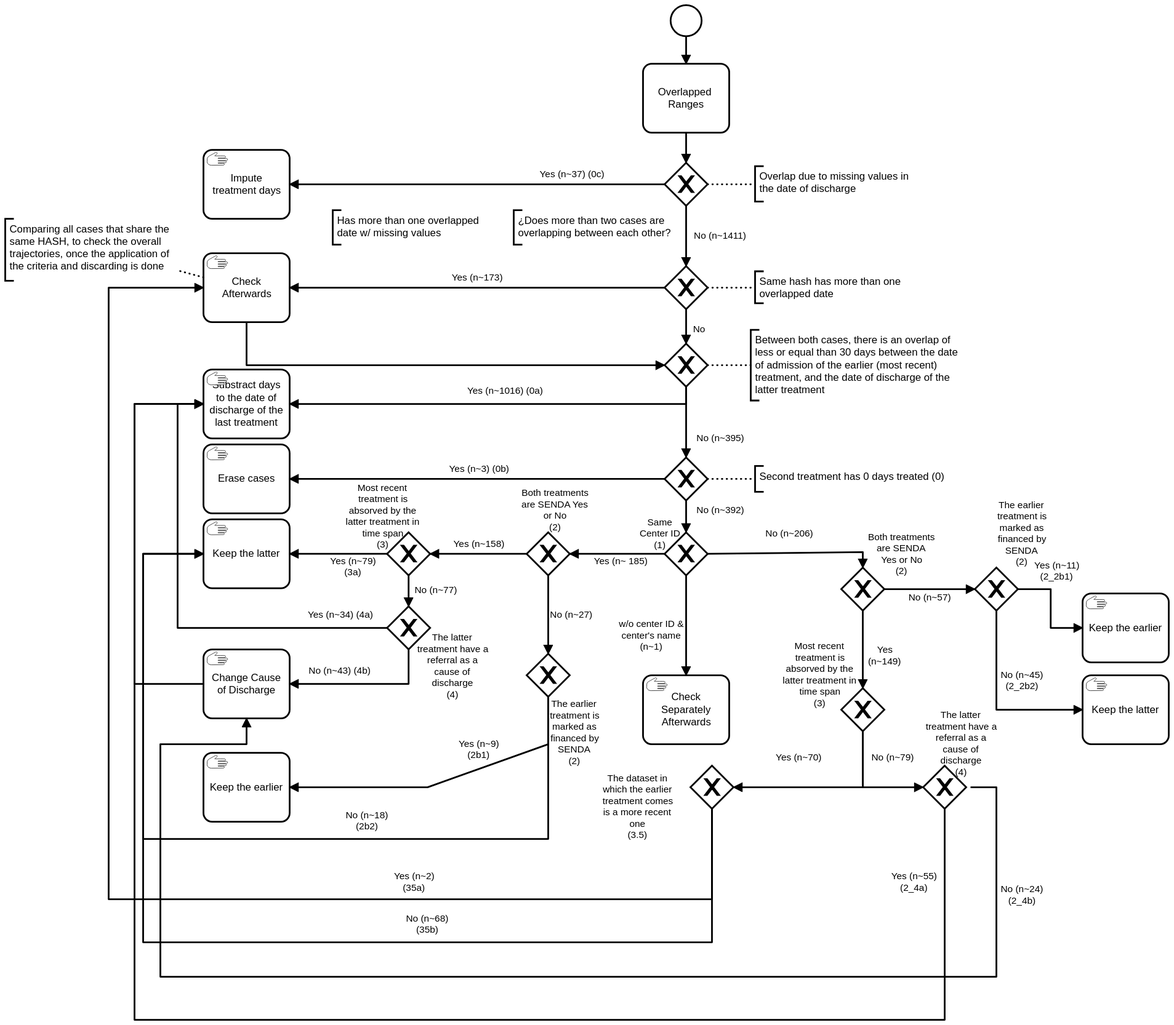
Above: Figures/overlapped_ranges_decision_tree.svg in FONDECYTACC/SUD_health_Chile.github.io (BPMN), before the change. Its source is kept beside it as Figures/overlapped_ranges_decision_tree.bpmn. Ids are renumbered.
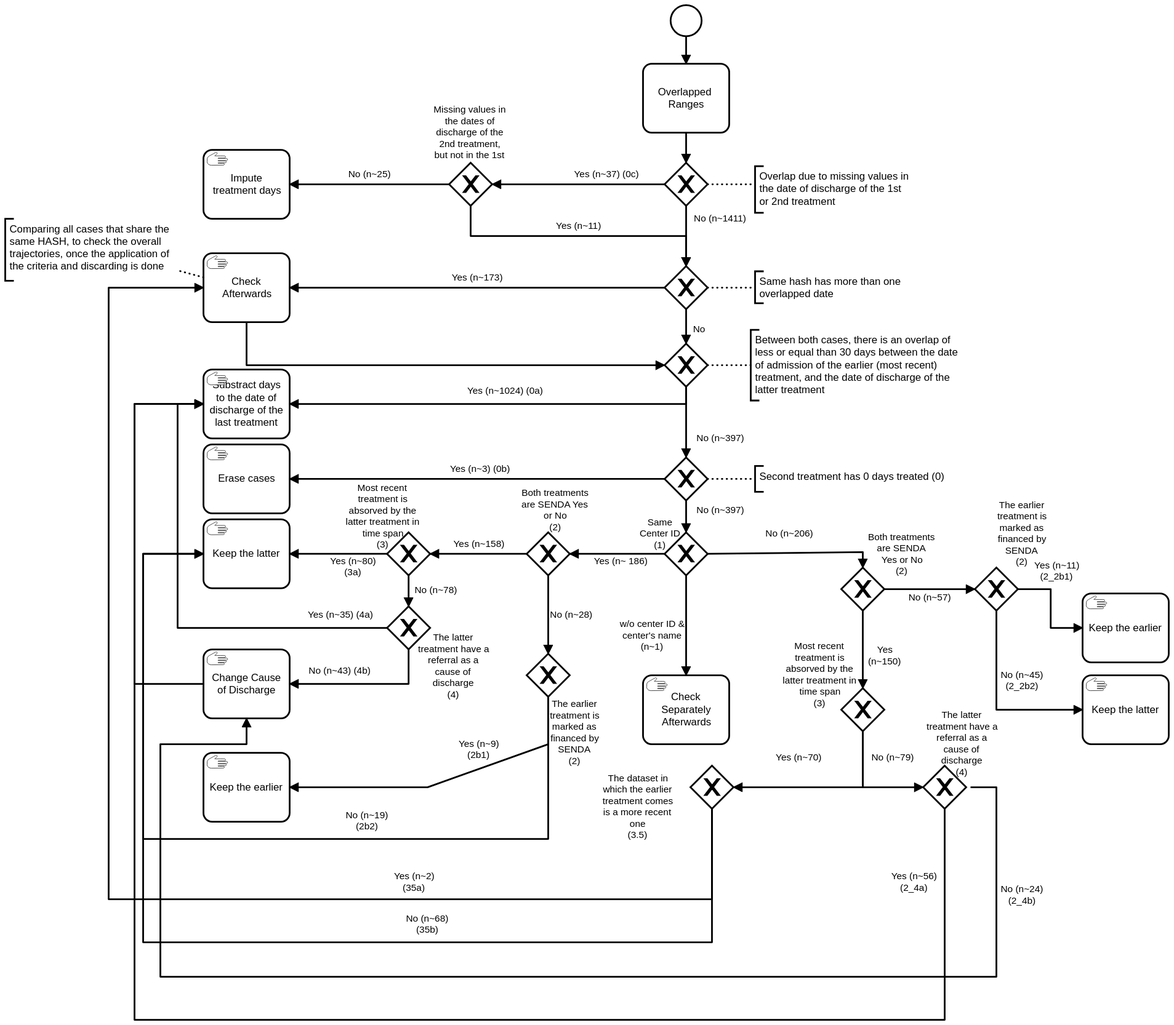
The same file after the commit.

Diff of the diagram source:
```diff
@@ -11,12 +11,12 @@
     <bpmn:sequenceFlow id="Flow_n6" sourceRef="Activity_n5" targetRef="Gateway_n7" />
     <bpmn:exclusiveGateway id="Gateway_n7">
       <bpmn:incoming>Flow_n6</bpmn:incoming>
+      <bpmn:outgoing>Flow_n9</bpmn:outgoing>
       <bpmn:outgoing>Flow_n8</bpmn:outgoing>
-      <bpmn:outgoing>Flow_n9</bpmn:outgoing>
     </bpmn:exclusiveGateway>
-    <bpmn:sequenceFlow id="Flow_n8" name="Yes (n~37) (0c)" sourceRef="Gateway_n7" targetRef="Activity_n10" />
     <bpmn:exclusiveGateway id="Gateway_n11">
       <bpmn:incoming>Flow_n9</bpmn:incoming>
+      <bpmn:incoming>Flow_n74</bpmn:incoming>
       <bpmn:outgoing>Flow_n12</bpmn:outgoing>
       <bpmn:outgoing>Flow_n13</bpmn:outgoing>
     </bpmn:exclusiveGateway>
@@ -28,22 +28,22 @@
       <bpmn:outgoing>Flow_n17</bpmn:outgoing>
     </bpmn:exclusiveGateway>
     <bpmn:sequenceFlow id="Flow_n12" name="No" sourceRef="Gateway_n11" targetRef="Gateway_n14" />
-    <bpmn:sequenceFlow id="Flow_n16" name="Yes (n~1016) (0a)" sourceRef="Gateway_n14" targetRef="Activity_n18" />
+    <bpmn:sequenceFlow id="Flow_n16" name="Yes (n~1024) (0a)" sourceRef="Gateway_n14" targetRef="Activity_n18" />
     <bpmn:exclusiveGateway id="Gateway_n19" name="Same&#10;Center ID&#10;(1)">
       <bpmn:incoming>Flow_n20</bpmn:incoming>
       <bpmn:outgoing>Flow_n21</bpmn:outgoing>
       <bpmn:outgoing>Flow_n22</bpmn:outgoing>
       <bpmn:outgoing>Flow_n23</bpmn:outgoing>
     </bpmn:exclusiveGateway>
-    <bpmn:sequenceFlow id="Flow_n17" name="No (n~395)" sourceRef="Gateway_n14" targetRef="Gateway_n24" />
+    <bpmn:sequenceFlow id="Flow_n17" name="No (n~397)" sourceRef="Gateway_n14" targetRef="Gateway_n24" />
     <bpmn:exclusiveGateway id="Gateway_n24">
       <bpmn:incoming>Flow_n17</bpmn:incoming>
       <bpmn:outgoing>Flow_n20</bpmn:outgoing>
       <bpmn:outgoing>Flow_n25</bpmn:outgoing>
     </bpmn:exclusiveGateway>
-    <bpmn:sequenceFlow id="Flow_n20" name="No (n~392)" sourceRef="Gateway_n24" targetRef="Gateway_n19" />
+    <bpmn:sequenceFlow id="Flow_n20" name="No (n~397)" sourceRef="Gateway_n24" targetRef="Gateway_n19" />
     <bpmn:sequenceFlow id="Flow_n25" name="Yes (n~3) (0b)" sourceRef="Gateway_n24" targetRef="Activity_n26" />
-    <bpmn:sequenceFlow id="Flow_n21" name="Yes (n~ 185)" sourceRef="Gateway_n19" targetRef="Gateway_n27" />
+    <bpmn:sequenceFlow id="Flow_n21" name="Yes (n~ 186)" sourceRef="Gateway_n19" targetRef="Gateway_n27" />
     <bpmn:sequenceFlow id="Flow_n22" name="No (n~206)" sourceRef="Gateway_n19" targetRef="Gateway_n28" />
     <bpmn:exclusiveGateway id="Gateway_n27" name="Both treatments are SENDA Yes or No&#10;(2)">
       <bpmn:incoming>Flow_n21</bpmn:incoming>
@@ -51,21 +51,21 @@
       <bpmn:outgoing>Flow_n30</bpmn:outgoing>
     </bpmn:exclusiveGateway>
     <bpmn:sequenceFlow id="Flow_n29" name="Yes (n~158)" sourceRef="Gateway_n27" targetRef="Gateway_n31" />
-    <bpmn:sequenceFlow id="Flow_n30" name="No (n~27)" sourceRef="Gateway_n27" targetRef="Gateway_n32" />
+    <bpmn:sequenceFlow id="Flow_n30" name="No (n~28)" sourceRef="Gateway_n27" targetRef="Gateway_n32" />
     <bpmn:exclusiveGateway id="Gateway_n31" name="Most recent treatment is absorved by the latter treatment in time span&#10;(3)">
       <bpmn:incoming>Flow_n29</bpmn:incoming>
       <bpmn:outgoing>Flow_n33</bpmn:outgoing>
       <bpmn:outgoing>Flow_n34</bpmn:outgoing>
     </bpmn:exclusiveGateway>
-    <bpmn:sequenceFlow id="Flow_n33" name="Yes (n~79)&#10;(3a)" sourceRef="Gateway_n31" targetRef="Activity_n35" />
-    <bpmn:sequenceFlow id="Flow_n34" name="No (n~77)" sourceRef="Gateway_n31" targetRef="Gateway_n36" />
+    <bpmn:sequenceFlow id="Flow_n33" name="Yes (n~80)&#10;(3a)" sourceRef="Gateway_n31" targetRef="Activity_n35" />
+    <bpmn:sequenceFlow id="Flow_n34" name="No (n~78)" sourceRef="Gateway_n31" targetRef="Gateway_n36" />
     <bpmn:exclusiveGateway id="Gateway_n36" name="The latter treatment have a referral as a cause of discharge&#10;(4)">
       <bpmn:incoming>Flow_n34</bpmn:incoming>
       <bpmn:outgoing>Flow_n37</bpmn:outgoing>
       <bpmn:outgoing>Flow_n38</bpmn:outgoing>
     </bpmn:exclusiveGateway>
     <bpmn:sequenceFlow id="Flow_n37" name="No (n~43) (4b)" sourceRef="Gateway_n36" targetRef="Activity_n39" />
-    <bpmn:sequenceFlow id="Flow_n38" name="Yes (n~34) (4a)" sourceRef="Gateway_n36" targetRef="Activity_n18" />
+    <bpmn:sequenceFlow id="Flow_n38" name="Yes (n~35) (4a)" sourceRef="Gateway_n36" targetRef="Activity_n18" />
     <bpmn:manualTask id="Activity_n26" name="Erase cases">
       <bpmn:incoming>Flow_n25</bpmn:incoming>
     </bpmn:manualTask>
@@ -81,7 +81,7 @@
       <bpmn:incoming>Flow_n43</bpmn:incoming>
     </bpmn:manualTask>
     <bpmn:manualTask id="Activity_n10" name="Impute treatment days">
-      <bpmn:incoming>Flow_n8</bpmn:incoming>
+      <bpmn:incoming>Flow_n75</bpmn:incoming>
     </bpmn:manualTask>
     <bpmn:sequenceFlow id="Flow_n42" sourceRef="Activity_n39" targetRef="Activity_n18" />
     <bpmn:manualTask id="Activity_n39" name="Change Cause of Discharge">
@@ -98,7 +98,7 @@
       <bpmn:outgoing>Flow_n40</bpmn:outgoing>
     </bpmn:exclusiveGateway>
     <bpmn:sequenceFlow id="Flow_n46" name="Yes (n~9)&#10;(2b1)" sourceRef="Gateway_n32" targetRef="Activity_n45" />
-    <bpmn:sequenceFlow id="Flow_n40" name="No (n~18)&#10;(2b2)" sourceRef="Gateway_n32" targetRef="Activity_n35" />
+    <bpmn:sequenceFlow id="Flow_n40" name="No (n~19)&#10;(2b2)" sourceRef="Gateway_n32" targetRef="Activity_n35" />
     <bpmn:sequenceFlow id="Flow_n23" name="w/o center ID &#38; center&#39;s name (n~1)" sourceRef="Gateway_n19" targetRef="Activity_n47" />
     <bpmn:exclusiveGateway id="Gateway_n28" name="Both treatments are SENDA&#10;Yes or No&#10;(2)">
       <bpmn:incoming>Flow_n22</bpmn:incoming>
@@ -106,7 +106,7 @@
       <bpmn:outgoing>Flow_n49</bpmn:outgoing>
     </bpmn:exclusiveGateway>
     <bpmn:sequenceFlow id="Flow_n48" name="No (n~57)" sourceRef="Gateway_n28" targetRef="Gateway_n50" />
-    <bpmn:sequenceFlow id="Flow_n49" name="Yes&#10;(n~149)" sourceRef="Gateway_n28" targetRef="Gateway_n51" />
+    <bpmn:sequenceFlow id="Flow_n49" name="Yes&#10;(n~150)" sourceRef="Gateway_n28" targetRef="Gateway_n51" />
     <bpmn:exclusiveGateway id="Gateway_n51" name="Most recent treatment is absorved by the latter treatment in time span&#10;(3)">
       <bpmn:incoming>Flow_n49</bpmn:incoming>
       <bpmn:outgoing>Flow_n52</bpmn:outgoing>
@@ -126,7 +126,7 @@
       <bpmn:outgoing>Flow_n44</bpmn:outgoing>
     </bpmn:exclusiveGateway>
     <bpmn:sequenceFlow id="Flow_n53" name="No (n~79)" sourceRef="Gateway_n51" targetRef="Gateway_n57" />
-    <bpmn:sequenceFlow id="Flow_n43" name="Yes (n~55)&#10;(2_4a)" sourceRef="Gateway_n57" targetRef="Activity_n18" />
+    <bpmn:sequenceFlow id="Flow_n43" name="Yes (n~56)&#10;(2_4a)" sourceRef="Gateway_n57" targetRef="Activity_n18" />
     <bpmn:sequenceFlow id="Flow_n44" name="No (n~24)&#10;(2_4b)" sourceRef="Gateway_n57" targetRef="Activity_n39" />
     <bpmn:exclusiveGateway id="Gateway_n50" name="The earlier treatment is marked as financed by SENDA&#10;(2)">
       <bpmn:incoming>Flow_n48</bpmn:incoming>
@@ -151,17 +151,22 @@
     </bpmn:manualTask>
     <bpmn:sequenceFlow id="Flow_n15" sourceRef="Activity_n56" targetRef="Gateway_n14" />
     <bpmn:sequenceFlow id="Flow_n13" name="Yes (n~173)" sourceRef="Gateway_n11" targetRef="Activity_n56" />
+    <bpmn:sequenceFlow id="Flow_n8" name="Yes (n~37) (0c)" sourceRef="Gateway_n7" targetRef="Gateway_n76" />
+    <bpmn:exclusiveGateway id="Gateway_n76" name="Missing values in the dates of discharge of the 2nd treatment, but not in the 1st">
+      <bpmn:incoming>Flow_n8</bpmn:incoming>
+      <bpmn:outgoing>Flow_n75</bpmn:outgoing>
+      <bpmn:outgoing>Flow_n74</bpmn:outgoing>
+    </bpmn:exclusiveGateway>
+    <bpmn:sequenceFlow id="Flow_n75" name="No (n~25)" sourceRef="Gateway_n76" targetRef="Activity_n10" />
+    <bpmn:sequenceFlow id="Flow_n74" name="Yes (n~11)" sourceRef="Gateway_n76" targetRef="Gateway_n11" />
     <bpmn:textAnnotation id="TextAnnotation_n62">
-      <bpmn:text>Overlap due to missing values in the date of discharge</bpmn:text>
+      <bpmn:text>Overlap due to missing values in the date of discharge of the 1st  or 2nd treatment</bpmn:text>
     </bpmn:textAnnotation>
     <bpmn:association id="Association_n63" sourceRef="Gateway_n7" targetRef="TextAnnotation_n62" />
     <bpmn:textAnnotation id="TextAnnotation_n64">
       <bpmn:text>Same hash has more than one overlapped date</bpmn:text>
     </bpmn:textAnnotation>
     <bpmn:association id="Association_n65" sourceRef="Gateway_n11" targetRef="TextAnnotation_n64" />
-    <bpmn:textAnnotation id="TextAnnotation_n66">
-      <bpmn:text>¿Does more than two cases are overlapping between each other?</bpmn:text>
-    </bpmn:textAnnotation>
     <bpmn:textAnnotation id="TextAnnotation_n67">
       <bpmn:text>Between both cases, there is an overlap of less or equal than 30 days between the date of admission of the earlier (most recent) treatment, and the date of discharge of the latter treatment</bpmn:text>
     </bpmn:textAnnotation>
@@ -174,27 +179,24 @@
       <bpmn:text>Second treatment has 0 days treated (0)</bpmn:text>
     </bpmn:textAnnotation>
     <bpmn:association id="Association_n72" sourceRef="Gateway_n24" targetRef="TextAnnotation_n71" />
-    <bpmn:textAnnotation id="TextAnnotation_n73">
-      <bpmn:text>Has more than one overlapped date w/ missing values</bpmn:text>
-    </bpmn:textAnnotation>
   </bpmn:process>
   <bpmndi:BPMNDiagram id="BPMNDiagram_1">
     <bpmndi:BPMNPlane id="BPMNPlane_1" bpmnElement="Process_n2">
-      <bpmndi:BPMNShape id="TextAnnotation_n66_di" bpmnElement="TextAnnotation_n66">
-        <dc:Bounds x="720" y="320" width="195" height="40" />
-      </bpmndi:BPMNShape>
-      <bpmndi:BPMNShape id="TextAnnotation_n73_di" bpmnElement="TextAnnotation_n73">
-        <dc:Bounds x="510" y="320" width="190" height="40" />
-      </bpmndi:BPMNShape>
-      <bpmndi:BPMNShape id="TextAnnotation_n62_di" bpmnElement="TextAnnotation_n62">
-        <dc:Bounds x="1000" y="269" width="190" height="41" />
-      </bpmndi:BPMNShape>
-      <bpmndi:BPMNShape id="TextAnnotation_n67_di" bpmnElement="TextAnnotation_n67">
-        <dc:Bounds x="995" y="459" width="260" height="82" />
-      </bpmndi:BPMNShape>
-      <bpmndi:BPMNShape id="TextAnnotation_n69_di" bpmnElement="TextAnnotation_n69">
-        <dc:Bounds x="130" y="330" width="200" height="72" />
-      </bpmndi:BPMNShape>
+      <bpmndi:BPMNEdge id="Flow_n13_di" bpmnElement="Flow_n13">
+        <di:waypoint x="895" y="410" />
+        <di:waypoint x="460" y="410" />
+        <bpmndi:BPMNLabel>
+          <dc:Bounds x="648" y="392" width="59" height="14" />
+        </bpmndi:BPMNLabel>
+      </bpmndi:BPMNEdge>
+      <bpmndi:BPMNEdge id="Flow_n15_di" bpmnElement="Flow_n15">
+        <di:waypoint x="410" y="450" />
+        <di:waypoint x="410" y="500" />
+        <di:waypoint x="895" y="500" />
+        <bpmndi:BPMNLabel>
+          <dc:Bounds x="652" y="433" width="15" height="14" />
+        </bpmndi:BPMNLabel>
+      </bpmndi:BPMNEdge>
       <bpmndi:BPMNEdge id="Flow_n59_di" bpmnElement="Flow_n59">
         <di:waypoint x="1280" y="785" />
         <di:waypoint x="1280" y="900" />
@@ -416,14 +418,14 @@
         <di:waypoint x="920" y="315" />
         <di:waypoint x="920" y="385" />
         <bpmndi:BPMNLabel>
-          <dc:Bounds x="929" y="343" width="61" height="14" />
+          <dc:Bounds x="929" y="323" width="61" height="14" />
         </bpmndi:BPMNLabel>
       </bpmndi:BPMNEdge>
       <bpmndi:BPMNEdge id="Flow_n8_di" bpmnElement="Flow_n8">
         <di:waypoint x="895" y="290" />
-        <di:waypoint x="460" y="290" />
+        <di:waypoint x="695" y="290" />
         <bpmndi:BPMNLabel>
-          <dc:Bounds x="750" y="272" width="75" height="14" />
+          <dc:Bounds x="790" y="272" width="75" height="14" />
         </bpmndi:BPMNLabel>
       </bpmndi:BPMNEdge>
       <bpmndi:BPMNEdge id="Flow_n6_di" bpmnElement="Flow_n6">
@@ -434,19 +436,20 @@
         <di:waypoint x="920" y="118" />
         <di:waypoint x="920" y="150" />
       </bpmndi:BPMNEdge>
-      <bpmndi:BPMNEdge id="Flow_n15_di" bpmnElement="Flow_n15">
-        <di:waypoint x="410" y="450" />
-        <di:waypoint x="410" y="500" />
-        <di:waypoint x="895" y="500" />
+      <bpmndi:BPMNEdge id="Flow_n75_di" bpmnElement="Flow_n75">
+        <di:waypoint x="645" y="290" />
+        <di:waypoint x="460" y="290" />
         <bpmndi:BPMNLabel>
-          <dc:Bounds x="652" y="433" width="15" height="14" />
+          <dc:Bounds x="528" y="272" width="50" height="14" />
         </bpmndi:BPMNLabel>
       </bpmndi:BPMNEdge>
-      <bpmndi:BPMNEdge id="Flow_n13_di" bpmnElement="Flow_n13">
-        <di:waypoint x="895" y="410" />
-        <di:waypoint x="460" y="410" />
+      <bpmndi:BPMNEdge id="Flow_n74_di" bpmnElement="Flow_n74">
+        <di:waypoint x="670" y="315" />
+        <di:waypoint x="670" y="350" />
+        <di:waypoint x="920" y="350" />
+        <di:waypoint x="920" y="385" />
         <bpmndi:BPMNLabel>
-          <dc:Bounds x="648" y="392" width="59" height="14" />
+          <dc:Bounds x="769" y="332" width="52" height="14" />
         </bpmndi:BPMNLabel>
       </bpmndi:BPMNEdge>
       <bpmndi:BPMNShape id="Event_n3_di" bpmnElement="Event_n3">
@@ -557,23 +560,34 @@
       <bpmndi:BPMNShape id="Activity_0rxgkcs_di" bpmnElement="Activity_n56">
         <dc:Bounds x="360" y="370" width="100" height="80" />
       </bpmndi:BPMNShape>
+      <bpmndi:BPMNShape id="TextAnnotation_n62_di" bpmnElement="TextAnnotation_n62">
+        <dc:Bounds x="1000" y="269" width="189.996863130349" height="54.020100502512555" />
+      </bpmndi:BPMNShape>
       <bpmndi:BPMNShape id="TextAnnotation_n64_di" bpmnElement="TextAnnotation_n64">
         <dc:Bounds x="1000" y="391" width="190" height="37" />
+      </bpmndi:BPMNShape>
+      <bpmndi:BPMNShape id="TextAnnotation_n67_di" bpmnElement="TextAnnotation_n67">
+        <dc:Bounds x="995" y="459" width="260" height="82" />
+      </bpmndi:BPMNShape>
+      <bpmndi:BPMNShape id="TextAnnotation_n69_di" bpmnElement="TextAnnotation_n69">
+        <dc:Bounds x="130" y="330" width="200" height="72" />
       </bpmndi:BPMNShape>
       <bpmndi:BPMNShape id="TextAnnotation_n71_di" bpmnElement="TextAnnotation_n71">
         <dc:Bounds x="1000" y="617" width="250" height="30" />
       </bpmndi:BPMNShape>
+      <bpmndi:BPMNShape id="Gateway_n76_di" bpmnElement="Gateway_n76" isMarkerVisible="true">
+        <dc:Bounds x="645" y="265" width="50" height="50" />
+        <bpmndi:BPMNLabel>
+          <dc:Bounds x="627" y="197" width="85" height="66" />
+        </bpmndi:BPMNLabel>
+      </bpmndi:BPMNShape>
+      <bpmndi:BPMNEdge id="Association_n63_di" bpmnElement="Association_n63">
+        <di:waypoint x="945" y="290" />
+        <di:waypoint x="1000" y="290" />
+      </bpmndi:BPMNEdge>
       <bpmndi:BPMNEdge id="Association_n65_di" bpmnElement="Association_n65">
         <di:waypoint x="945" y="410" />
         <di:waypoint x="1000" y="410" />
-      </bpmndi:BPMNEdge>
-      <bpmndi:BPMNEdge id="Association_n72_di" bpmnElement="Association_n72">
-        <di:waypoint x="945" y="632" />
-        <di:waypoint x="1000" y="632" />
-      </bpmndi:BPMNEdge>
-      <bpmndi:BPMNEdge id="Association_n63_di" bpmnElement="Association_n63">
-        <di:waypoint x="945" y="290" />
-        <di:waypoint x="1000" y="290" />
       </bpmndi:BPMNEdge>
       <bpmndi:BPMNEdge id="Association_n68_di" bpmnElement="Association_n68">
         <di:waypoint x="945" y="500" />
@@ -583,6 +597,10 @@
         <di:waypoint x="360" y="398" />
         <di:waypoint x="330" y="390" />
       </bpmndi:BPMNEdge>
+      <bpmndi:BPMNEdge id="Association_n72_di" bpmnElement="Association_n72">
+        <di:waypoint x="945" y="632" />
+        <di:waypoint x="1000" y="632" />
+      </bpmndi:BPMNEdge>
     </bpmndi:BPMNPlane>
   </bpmndi:BPMNDiagram>
 </bpmn:definitions>
```
